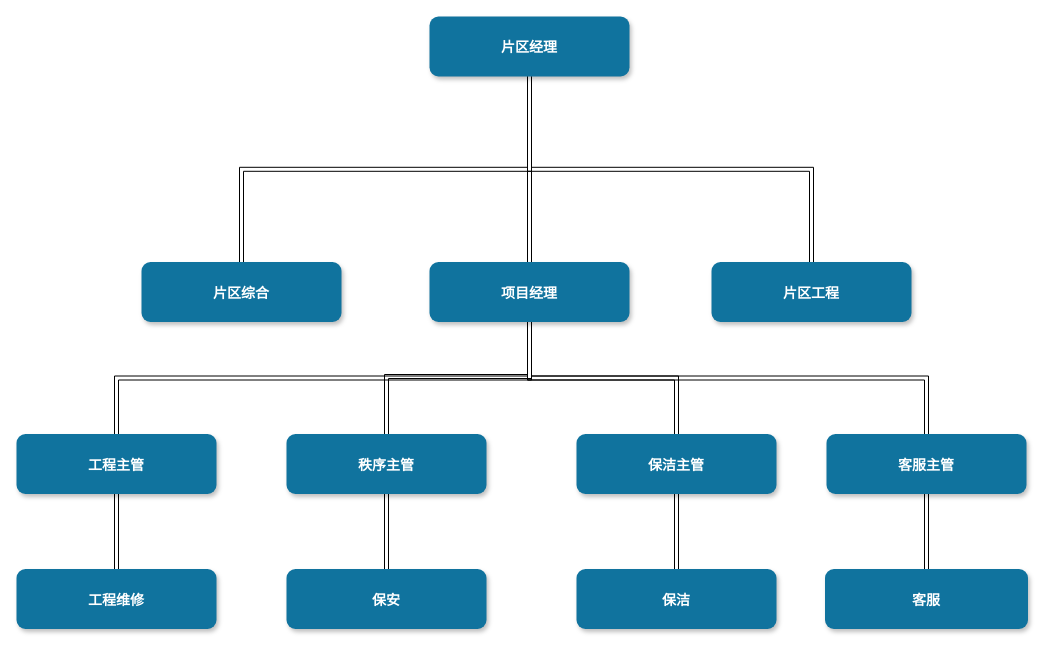
Above: Untitled Diagram.drawio in rockysroll/testgit (draw.io), before the change. Source tidied: cells renumbered, new cells numbered last; positions are measured from the earlier drawing's top-left corner, leaving out a move shared by most shapes. Both pictures are drawn from the tidied source at 100%, with x=0, y=0 at pixel (16, 16).
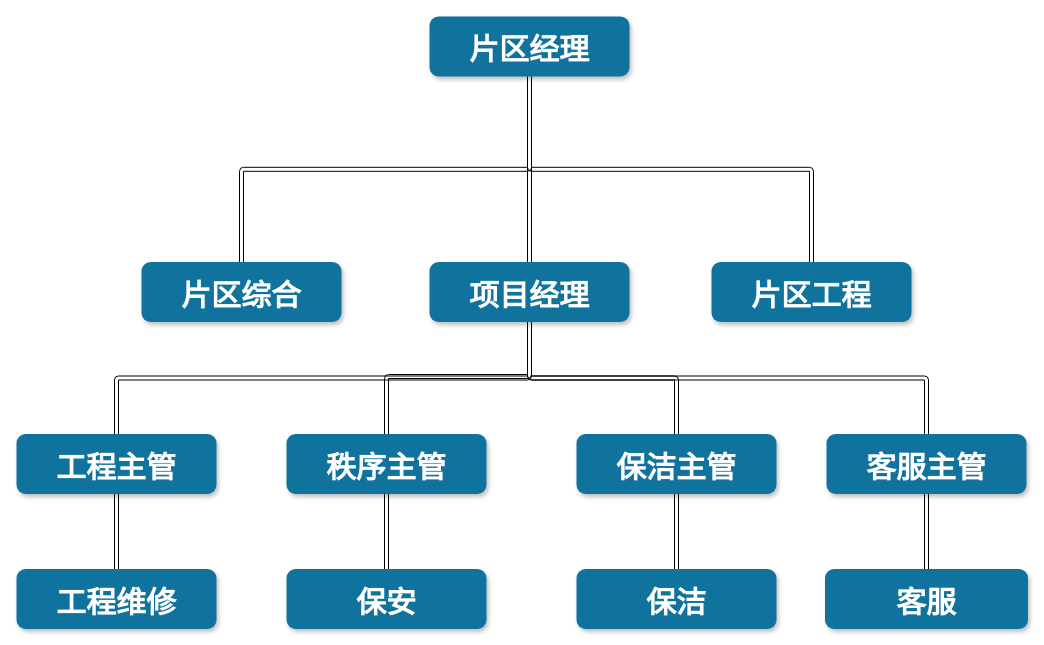
The same page after the edit.

What changed in the source:
```diff
@@
-    <mxCell id="2" style="edgeStyle=orthogonalEdgeStyle;shape=link;rounded=0;jettySize=auto;html=1;exitX=0.5;exitY=1;exitDx=0;exitDy=0;" parent="1" edge="1" source="5" target="6">
+    <mxCell id="2" style="edgeStyle=orthogonalEdgeStyle;shape=link;rounded=1;jettySize=auto;html=1;exitX=0.5;exitY=1;exitDx=0;exitDy=0;" parent="1" edge="1" source="5" target="6">
       <mxGeometry relative="1" as="geometry" />
     </mxCell>
-    <mxCell id="3" style="edgeStyle=orthogonalEdgeStyle;shape=link;rounded=0;jettySize=auto;html=1;entryX=0.5;entryY=0;entryDx=0;entryDy=0;exitX=0.5;exitY=1;exitDx=0;exitDy=0;" parent="1" edge="1" source="5" target="12">
+    <mxCell id="3" style="edgeStyle=orthogonalEdgeStyle;shape=link;rounded=1;jettySize=auto;html=1;entryX=0.5;entryY=0;entryDx=0;entryDy=0;exitX=0.5;exitY=1;exitDx=0;exitDy=0;" parent="1" edge="1" source="5" target="12">
       <mxGeometry relative="1" as="geometry" />
     </mxCell>
-    <mxCell id="4" style="edgeStyle=orthogonalEdgeStyle;shape=link;rounded=0;jettySize=auto;html=1;entryX=0.5;entryY=0;entryDx=0;entryDy=0;" parent="1" edge="1" source="5" target="11">
+    <mxCell id="4" style="edgeStyle=orthogonalEdgeStyle;shape=link;rounded=1;jettySize=auto;html=1;entryX=0.5;entryY=0;entryDx=0;entryDy=0;" parent="1" edge="1" source="5" target="11">
       <mxGeometry relative="1" as="geometry" />
     </mxCell>
-    <mxCell id="5" value="片区经理" style="rounded=1;fillColor=#10739E;strokeColor=none;shadow=1;gradientColor=none;fontStyle=1;fontColor=#FFFFFF;fontSize=14;" parent="1" vertex="1">
+    <mxCell id="5" value="片区经理" style="rounded=1;fillColor=#10739E;strokeColor=none;shadow=1;gradientColor=none;fontStyle=1;fontColor=#FFFFFF;fontSize=30;" parent="1" vertex="1">
       <mxGeometry x="413" width="200" height="60" as="geometry" />
     </mxCell>
-    <mxCell id="6" value="片区综合" style="rounded=1;fillColor=#10739E;strokeColor=none;shadow=1;gradientColor=none;fontStyle=1;fontColor=#FFFFFF;fontSize=14;" parent="1" vertex="1">
+    <mxCell id="6" value="片区综合" style="rounded=1;fillColor=#10739E;strokeColor=none;shadow=1;gradientColor=none;fontStyle=1;fontColor=#FFFFFF;fontSize=30;" parent="1" vertex="1">
       <mxGeometry x="125" y="245.5" width="200" height="60" as="geometry" />
     </mxCell>
-    <mxCell id="7" style="edgeStyle=orthogonalEdgeStyle;shape=link;rounded=0;jettySize=auto;html=1;exitX=0.5;exitY=1;exitDx=0;exitDy=0;entryX=0.5;entryY=0;entryDx=0;entryDy=0;" parent="1" edge="1" source="11" target="14">
+    <mxCell id="7" style="edgeStyle=orthogonalEdgeStyle;shape=link;rounded=1;jettySize=auto;html=1;exitX=0.5;exitY=1;exitDx=0;exitDy=0;entryX=0.5;entryY=0;entryDx=0;entryDy=0;" parent="1" edge="1" source="11" target="14">
       <mxGeometry relative="1" as="geometry" />
     </mxCell>
-    <mxCell id="8" style="edgeStyle=orthogonalEdgeStyle;shape=link;rounded=0;jettySize=auto;html=1;entryX=0.5;entryY=0;entryDx=0;entryDy=0;" parent="1" edge="1" source="11" target="17">
+    <mxCell id="8" style="edgeStyle=orthogonalEdgeStyle;shape=link;rounded=1;jettySize=auto;html=1;entryX=0.5;entryY=0;entryDx=0;entryDy=0;" parent="1" edge="1" source="11" target="17">
       <mxGeometry relative="1" as="geometry">
         <Array as="points">
           <mxPoint x="513" y="360" />
           <mxPoint x="370" y="360" />
         </Array>
       </mxGeometry>
     </mxCell>
-    <mxCell id="9" style="edgeStyle=orthogonalEdgeStyle;shape=link;rounded=0;jettySize=auto;html=1;entryX=0.5;entryY=0;entryDx=0;entryDy=0;" parent="1" edge="1" source="11" target="20">
+    <mxCell id="9" style="edgeStyle=orthogonalEdgeStyle;shape=link;rounded=1;jettySize=auto;html=1;entryX=0.5;entryY=0;entryDx=0;entryDy=0;" parent="1" edge="1" source="11" target="20">
       <mxGeometry relative="1" as="geometry" />
     </mxCell>
-    <mxCell id="10" style="edgeStyle=orthogonalEdgeStyle;shape=link;rounded=0;jettySize=auto;html=1;entryX=0.5;entryY=0;entryDx=0;entryDy=0;exitX=0.5;exitY=1;exitDx=0;exitDy=0;" parent="1" edge="1" source="11" target="23">
+    <mxCell id="10" style="edgeStyle=orthogonalEdgeStyle;shape=link;rounded=1;jettySize=auto;html=1;entryX=0.5;entryY=0;entryDx=0;entryDy=0;exitX=0.5;exitY=1;exitDx=0;exitDy=0;" parent="1" edge="1" source="11" target="23">
       <mxGeometry relative="1" as="geometry" />
     </mxCell>
-    <mxCell id="11" value="项目经理" style="rounded=1;fillColor=#10739E;strokeColor=none;shadow=1;gradientColor=none;fontStyle=1;fontColor=#FFFFFF;fontSize=14;" parent="1" vertex="1">
+    <mxCell id="11" value="项目经理" style="rounded=1;fillColor=#10739E;strokeColor=none;shadow=1;gradientColor=none;fontStyle=1;fontColor=#FFFFFF;fontSize=30;" parent="1" vertex="1">
       <mxGeometry x="413" y="245.5" width="200" height="60" as="geometry" />
     </mxCell>
-    <mxCell id="12" value="片区工程" style="rounded=1;fillColor=#10739E;strokeColor=none;shadow=1;gradientColor=none;fontStyle=1;fontColor=#FFFFFF;fontSize=14;" parent="1" vertex="1">
+    <mxCell id="12" value="片区工程" style="rounded=1;fillColor=#10739E;strokeColor=none;shadow=1;gradientColor=none;fontStyle=1;fontColor=#FFFFFF;fontSize=30;" parent="1" vertex="1">
       <mxGeometry x="695" y="245.5" width="200" height="60" as="geometry" />
     </mxCell>
-    <mxCell id="13" style="edgeStyle=orthogonalEdgeStyle;shape=link;rounded=0;jettySize=auto;html=1;exitX=0.5;exitY=1;exitDx=0;exitDy=0;entryX=0.5;entryY=0;entryDx=0;entryDy=0;" parent="1" edge="1" source="14" target="15">
+    <mxCell id="13" style="edgeStyle=orthogonalEdgeStyle;shape=link;rounded=1;jettySize=auto;html=1;exitX=0.5;exitY=1;exitDx=0;exitDy=0;entryX=0.5;entryY=0;entryDx=0;entryDy=0;" parent="1" edge="1" source="14" target="15">
       <mxGeometry relative="1" as="geometry" />
     </mxCell>
-    <mxCell id="14" value="工程主管" style="rounded=1;fillColor=#10739E;strokeColor=none;shadow=1;gradientColor=none;fontStyle=1;fontColor=#FFFFFF;fontSize=14;" parent="1" vertex="1">
+    <mxCell id="14" value="工程主管" style="rounded=1;fillColor=#10739E;strokeColor=none;shadow=1;gradientColor=none;fontStyle=1;fontColor=#FFFFFF;fontSize=30;" parent="1" vertex="1">
       <mxGeometry y="417.5" width="200" height="60" as="geometry" />
     </mxCell>
-    <mxCell id="15" value="工程维修" style="rounded=1;fillColor=#10739E;strokeColor=none;shadow=1;gradientColor=none;fontStyle=1;fontColor=#FFFFFF;fontSize=14;" parent="1" vertex="1">
+    <mxCell id="15" value="工程维修" style="rounded=1;fillColor=#10739E;strokeColor=none;shadow=1;gradientColor=none;fontStyle=1;fontColor=#FFFFFF;fontSize=30;" parent="1" vertex="1">
       <mxGeometry y="552.5" width="200" height="60" as="geometry" />
     </mxCell>
-    <mxCell id="16" style="edgeStyle=orthogonalEdgeStyle;shape=link;rounded=0;jettySize=auto;html=1;" parent="1" edge="1" source="17" target="18">
+    <mxCell id="16" style="edgeStyle=orthogonalEdgeStyle;shape=link;rounded=1;jettySize=auto;html=1;" parent="1" edge="1" source="17" target="18">
       <mxGeometry relative="1" as="geometry" />
     </mxCell>
-    <mxCell id="17" value="秩序主管" style="rounded=1;fillColor=#10739E;strokeColor=none;shadow=1;gradientColor=none;fontStyle=1;fontColor=#FFFFFF;fontSize=14;" parent="1" vertex="1">
+    <mxCell id="17" value="秩序主管" style="rounded=1;fillColor=#10739E;strokeColor=none;shadow=1;gradientColor=none;fontStyle=1;fontColor=#FFFFFF;fontSize=30;" parent="1" vertex="1">
       <mxGeometry x="270" y="417.5" width="200" height="60" as="geometry" />
     </mxCell>
-    <mxCell id="18" value="保安" style="rounded=1;fillColor=#10739E;strokeColor=none;shadow=1;gradientColor=none;fontStyle=1;fontColor=#FFFFFF;fontSize=14;" parent="1" vertex="1">
+    <mxCell id="18" value="保安" style="rounded=1;fillColor=#10739E;strokeColor=none;shadow=1;gradientColor=none;fontStyle=1;fontColor=#FFFFFF;fontSize=30;" parent="1" vertex="1">
       <mxGeometry x="270" y="552.5" width="200" height="60" as="geometry" />
     </mxCell>
-    <mxCell id="19" style="edgeStyle=orthogonalEdgeStyle;shape=link;rounded=0;jettySize=auto;html=1;" parent="1" edge="1" source="20" target="21">
+    <mxCell id="19" style="edgeStyle=orthogonalEdgeStyle;shape=link;rounded=1;jettySize=auto;html=1;" parent="1" edge="1" source="20" target="21">
       <mxGeometry relative="1" as="geometry" />
     </mxCell>
-    <mxCell id="20" value="保洁主管" style="rounded=1;fillColor=#10739E;strokeColor=none;shadow=1;gradientColor=none;fontStyle=1;fontColor=#FFFFFF;fontSize=14;" parent="1" vertex="1">
+    <mxCell id="20" value="保洁主管" style="rounded=1;fillColor=#10739E;strokeColor=none;shadow=1;gradientColor=none;fontStyle=1;fontColor=#FFFFFF;fontSize=30;" parent="1" vertex="1">
       <mxGeometry x="560" y="417.5" width="200" height="60" as="geometry" />
     </mxCell>
-    <mxCell id="21" value="保洁" style="rounded=1;fillColor=#10739E;strokeColor=none;shadow=1;gradientColor=none;fontStyle=1;fontColor=#FFFFFF;fontSize=14;" parent="1" vertex="1">
+    <mxCell id="21" value="保洁" style="rounded=1;fillColor=#10739E;strokeColor=none;shadow=1;gradientColor=none;fontStyle=1;fontColor=#FFFFFF;fontSize=30;" parent="1" vertex="1">
       <mxGeometry x="560" y="552.5" width="200" height="60" as="geometry" />
     </mxCell>
-    <mxCell id="22" style="edgeStyle=orthogonalEdgeStyle;shape=link;rounded=0;jettySize=auto;html=1;" parent="1" edge="1" source="23" target="24">
+    <mxCell id="22" style="edgeStyle=orthogonalEdgeStyle;shape=link;rounded=1;jettySize=auto;html=1;" parent="1" edge="1" source="23" target="24">
       <mxGeometry relative="1" as="geometry" />
     </mxCell>
-    <mxCell id="23" value="客服主管" style="rounded=1;fillColor=#10739E;strokeColor=none;shadow=1;gradientColor=none;fontStyle=1;fontColor=#FFFFFF;fontSize=14;" parent="1" vertex="1">
+    <mxCell id="23" value="客服主管" style="rounded=1;fillColor=#10739E;strokeColor=none;shadow=1;gradientColor=none;fontStyle=1;fontColor=#FFFFFF;fontSize=30;" parent="1" vertex="1">
       <mxGeometry x="810" y="417.5" width="200" height="60" as="geometry" />
     </mxCell>
-    <mxCell id="24" value="客服" style="rounded=1;fillColor=#10739E;strokeColor=none;shadow=1;gradientColor=none;fontStyle=1;fontColor=#FFFFFF;fontSize=14;" parent="1" vertex="1">
+    <mxCell id="24" value="客服" style="rounded=1;fillColor=#10739E;strokeColor=none;shadow=1;gradientColor=none;fontStyle=1;fontColor=#FFFFFF;fontSize=30;" parent="1" vertex="1">
       <mxGeometry x="808.5" y="552.5" width="203" height="60" as="geometry" />
     </mxCell>
```
